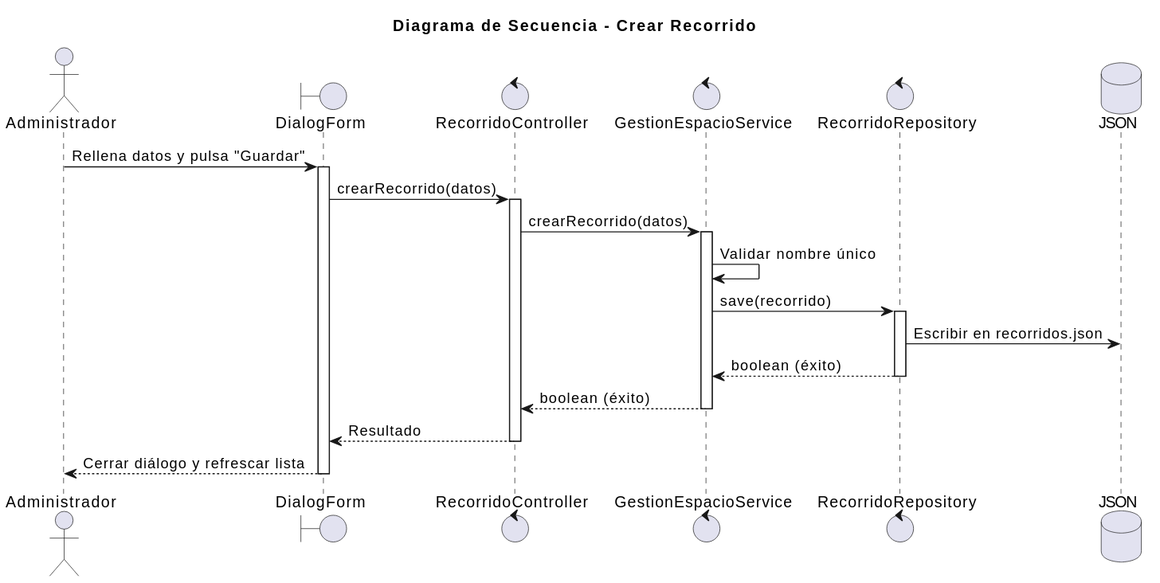
The PlantUML diagram images/02-diseño/00-Administrador/crearRecorrido/crearRecorrido.svg in mmasias/25-26-idsw2-sdVC, before a commit. Source of this version:
```plantuml
@startuml
title "Diagrama de Secuencia - Crear Recorrido"

actor "Administrador" as admin
boundary "DialogForm" as view
control "RecorridoController" as controller
control "GestionEspacioService" as service
control "RecorridoRepository" as repository
database "JSON" as db

admin -> view: Rellena datos y pulsa "Guardar"
activate view
view -> controller: crearRecorrido(datos)
activate controller
controller -> service: crearRecorrido(datos)
activate service
service -> service: Validar nombre único
service -> repository: save(recorrido)
activate repository
repository -> db: Escribir en recorridos.json
repository --> service: boolean (éxito)
deactivate repository
service --> controller: boolean (éxito)
deactivate service
controller --> view: Resultado
deactivate controller
view --> admin: Cerrar diálogo y refrescar lista
deactivate view
@enduml
```
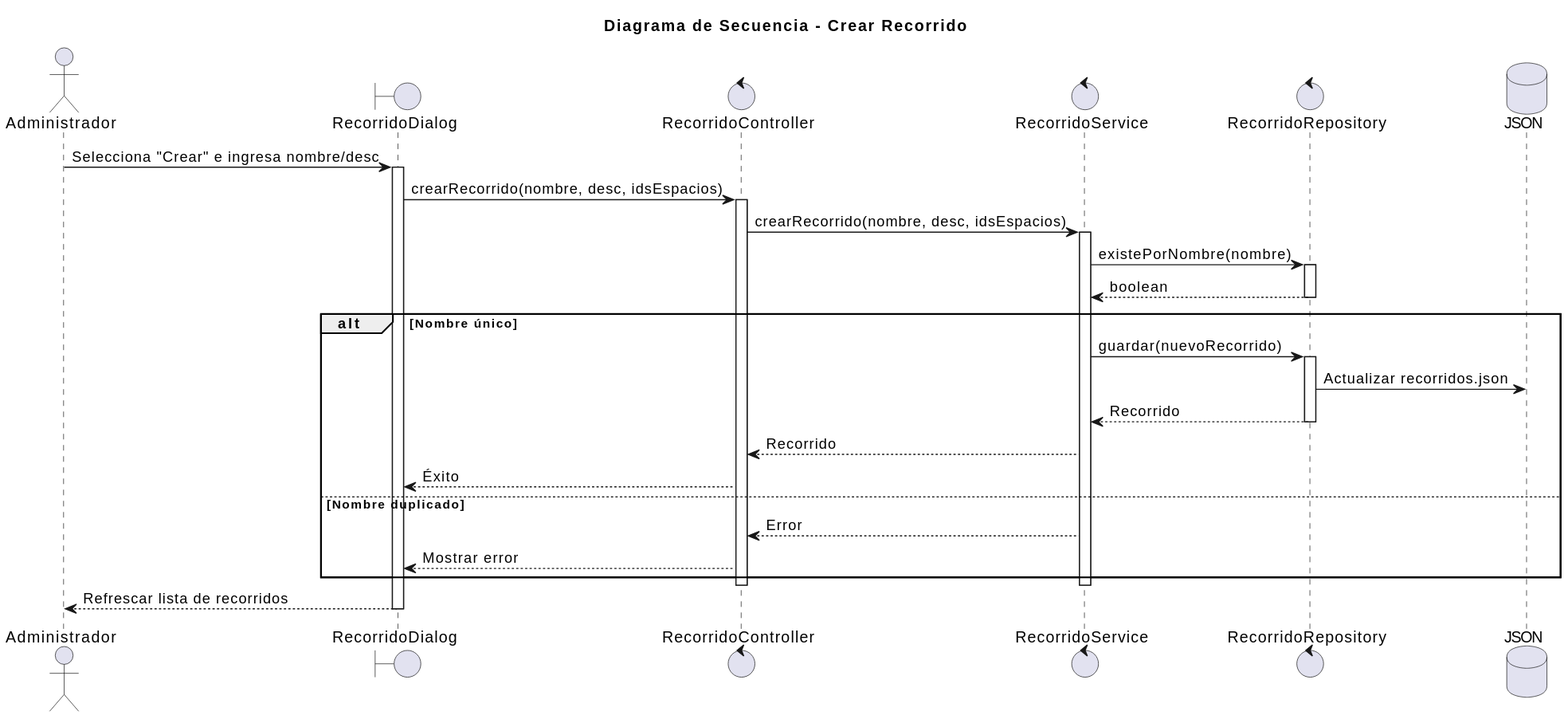
After the change.

The edit, as a diff of the source:
```diff
@@ -2,28 +2,38 @@
 title "Diagrama de Secuencia - Crear Recorrido"
 
 actor "Administrador" as admin
-boundary "DialogForm" as view
+boundary "RecorridoDialog" as view
 control "RecorridoController" as controller
-control "GestionEspacioService" as service
+control "RecorridoService" as service
 control "RecorridoRepository" as repository
 database "JSON" as db
 
-admin -> view: Rellena datos y pulsa "Guardar"
+admin -> view: Selecciona "Crear" e ingresa nombre/desc
 activate view
-view -> controller: crearRecorrido(datos)
+view -> controller: crearRecorrido(nombre, desc, idsEspacios)
 activate controller
-controller -> service: crearRecorrido(datos)
+controller -> service: crearRecorrido(nombre, desc, idsEspacios)
 activate service
-service -> service: Validar nombre único
-service -> repository: save(recorrido)
+service -> repository: existePorNombre(nombre)
 activate repository
-repository -> db: Escribir en recorridos.json
-repository --> service: boolean (éxito)
+repository --> service: boolean
 deactivate repository
-service --> controller: boolean (éxito)
+
+alt Nombre único
+    service -> repository: guardar(nuevoRecorrido)
+    activate repository
+    repository -> db: Actualizar recorridos.json
+    repository --> service: Recorrido
+    deactivate repository
+    service --> controller: Recorrido
+    controller --> view: Éxito
+else Nombre duplicado
+    service --> controller: Error
+    controller --> view: Mostrar error
+end
+
 deactivate service
-controller --> view: Resultado
 deactivate controller
-view --> admin: Cerrar diálogo y refrescar lista
+view --> admin: Refrescar lista de recorridos
 deactivate view
 @enduml
```
